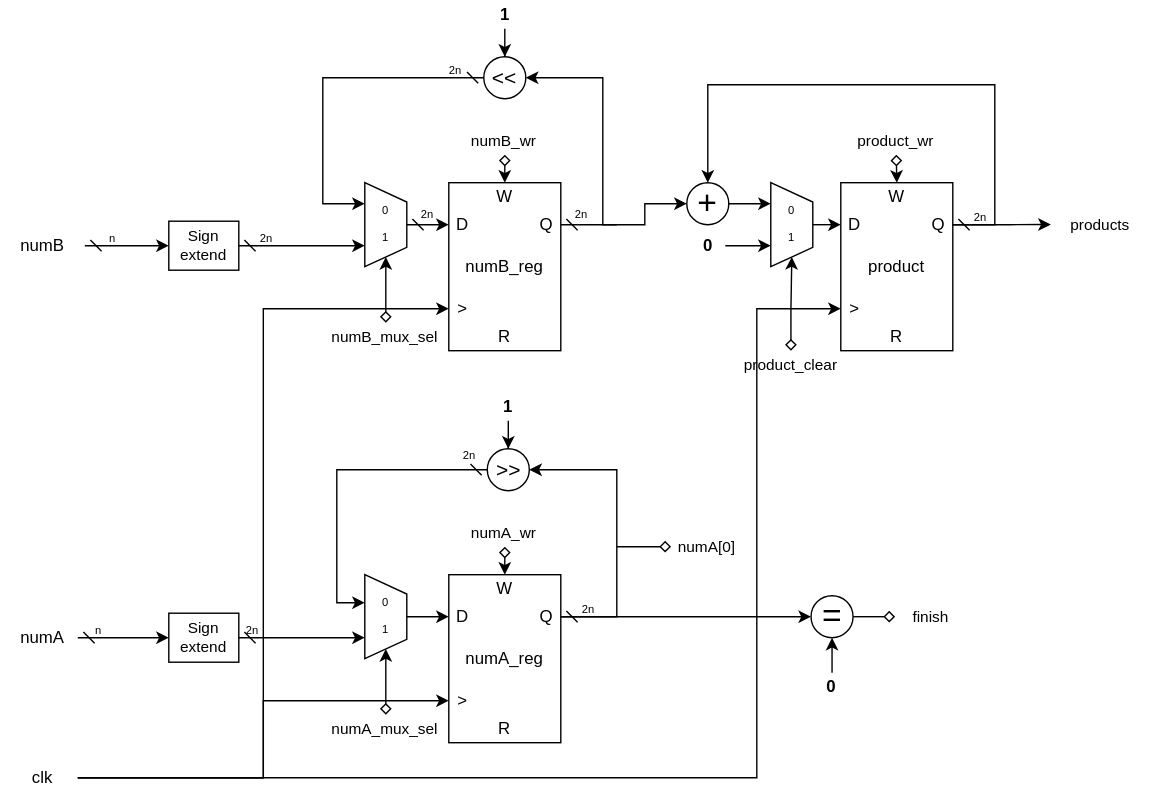
Earlier version of the draw.io export Tayyab/SequentialSignedMultiplier/docs/images/datapath.drawio.svg (medsuet/Xcelerium-IC-Design-Training). Source tidied: cells renumbered, new cells last; positions are measured from the earlier drawing's top-left corner, leaving out a move shared by most shapes.
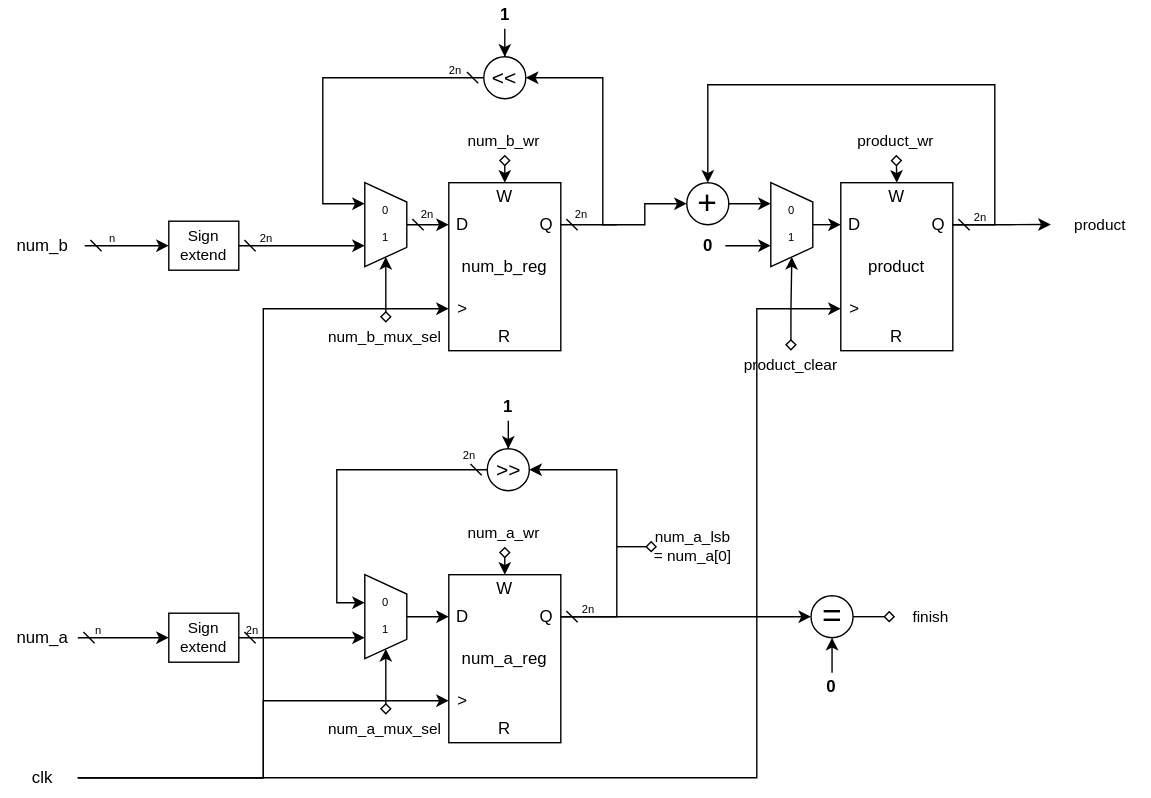
After the commit.

The edit, as a diff of the source:
```diff
@@ -5,7 +5,7 @@
     <mxCell id="2" style="group;" parent="1" vertex="1">
       <mxGeometry x="320" y="130" width="80" height="120" as="geometry" />
     </mxCell>
-    <mxCell id="3" value="numB_reg" style="rounded=0;whiteSpace=wrap;html=1;" parent="2" vertex="1">
+    <mxCell id="3" value="num_b_reg" style="rounded=0;whiteSpace=wrap;html=1;" parent="2" vertex="1">
       <mxGeometry width="80" height="120" as="geometry" />
     </mxCell>
     <mxCell id="4" value="D" style="text;html=1;align=center;verticalAlign=middle;whiteSpace=wrap;rounded=0;" parent="2" vertex="1">
@@ -26,13 +26,13 @@
     <mxCell id="9" style="edgeStyle=orthogonalEdgeStyle;rounded=0;jettySize=auto;html=1;exitX=1;exitY=0.5;exitDx=0;exitDy=0;entryX=0;entryY=0.5;entryDx=0;entryDy=0;startArrow=dash;startFill=0;" parent="1" edge="1" source="10" target="79">
       <mxGeometry relative="1" as="geometry" />
     </mxCell>
-    <mxCell id="10" value="numA" style="text;html=1;align=center;verticalAlign=middle;whiteSpace=wrap;rounded=0;" parent="1" vertex="1">
+    <mxCell id="10" value="num_a" style="text;html=1;align=center;verticalAlign=middle;whiteSpace=wrap;rounded=0;" parent="1" vertex="1">
       <mxGeometry x="5" y="440" width="50" height="30" as="geometry" />
     </mxCell>
     <mxCell id="11" style="edgeStyle=orthogonalEdgeStyle;rounded=0;jettySize=auto;html=1;startArrow=dash;startFill=0;" parent="1" edge="1" source="12" target="76">
       <mxGeometry relative="1" as="geometry" />
     </mxCell>
-    <mxCell id="12" value="numB" style="text;html=1;align=center;verticalAlign=middle;whiteSpace=wrap;rounded=0;" parent="1" vertex="1">
+    <mxCell id="12" value="num_b" style="text;html=1;align=center;verticalAlign=middle;whiteSpace=wrap;rounded=0;" parent="1" vertex="1">
       <mxGeometry y="160" width="60" height="30" as="geometry" />
     </mxCell>
     <mxCell id="13" style="group;" parent="1" vertex="1">
@@ -121,7 +121,7 @@
     <mxCell id="31" style="edgeStyle=orthogonalEdgeStyle;rounded=0;jettySize=auto;html=1;exitX=0.5;exitY=1;exitDx=0;exitDy=0;entryX=0.5;entryY=0;entryDx=0;entryDy=0;startArrow=diamond;startFill=0;" parent="1" edge="1" source="32" target="8">
       <mxGeometry relative="1" as="geometry" />
     </mxCell>
-    <mxCell id="32" value="numB_wr" style="text;html=1;align=center;verticalAlign=middle;whiteSpace=wrap;rounded=0;fontSize=11;" parent="1" vertex="1">
+    <mxCell id="32" value="num_b_wr" style="text;html=1;align=center;verticalAlign=middle;whiteSpace=wrap;rounded=0;fontSize=11;" parent="1" vertex="1">
       <mxGeometry x="324.4" y="90" width="71.2" height="20" as="geometry" />
     </mxCell>
     <mxCell id="33" style="edgeStyle=orthogonalEdgeStyle;rounded=0;jettySize=auto;html=1;exitX=0.5;exitY=1;exitDx=0;exitDy=0;entryX=0.5;entryY=0;entryDx=0;entryDy=0;startArrow=diamond;startFill=0;" parent="1" edge="1" source="34" target="20">
@@ -133,7 +133,7 @@
     <mxCell id="35" style="group;" parent="1" vertex="1">
       <mxGeometry x="320" y="410" width="80" height="120" as="geometry" />
     </mxCell>
-    <mxCell id="36" value="numA_reg" style="rounded=0;whiteSpace=wrap;html=1;" parent="35" vertex="1">
+    <mxCell id="36" value="num_a_reg" style="rounded=0;whiteSpace=wrap;html=1;" parent="35" vertex="1">
       <mxGeometry width="80" height="120" as="geometry" />
     </mxCell>
     <mxCell id="37" value="D" style="text;html=1;align=center;verticalAlign=middle;whiteSpace=wrap;rounded=0;" parent="35" vertex="1">
@@ -172,7 +172,7 @@
     <mxCell id="48" style="edgeStyle=orthogonalEdgeStyle;rounded=0;jettySize=auto;html=1;exitX=0.5;exitY=1;exitDx=0;exitDy=0;entryX=0.5;entryY=0;entryDx=0;entryDy=0;startArrow=diamond;startFill=0;" parent="1" edge="1" source="49" target="41">
       <mxGeometry relative="1" as="geometry" />
     </mxCell>
-    <mxCell id="49" value="&lt;div style=&quot;direction: rtl;&quot;&gt;&lt;span style=&quot;background-color: initial;&quot;&gt;numA_wr&lt;/span&gt;&lt;/div&gt;" style="text;html=1;align=center;verticalAlign=middle;whiteSpace=wrap;rounded=0;fontSize=11;" parent="1" vertex="1">
+    <mxCell id="49" value="&lt;div style=&quot;direction: rtl;&quot;&gt;&lt;span style=&quot;background-color: initial;&quot;&gt;num_a_wr&lt;/span&gt;&lt;/div&gt;" style="text;html=1;align=center;verticalAlign=middle;whiteSpace=wrap;rounded=0;fontSize=11;" parent="1" vertex="1">
       <mxGeometry x="324.4" y="370" width="71.2" height="20" as="geometry" />
     </mxCell>
     <mxCell id="50" style="edgeStyle=orthogonalEdgeStyle;rounded=0;jettySize=auto;html=1;exitX=0;exitY=0.5;exitDx=0;exitDy=0;endArrow=none;endFill=0;startArrow=diamond;startFill=0;" parent="1" edge="1" source="51">
@@ -180,8 +180,8 @@
         <mxPoint x="440" y="390.1" as="targetPoint" />
       </mxGeometry>
     </mxCell>
-    <mxCell id="51" value="&lt;div style=&quot;direction: rtl;&quot;&gt;&lt;span style=&quot;background-color: initial;&quot;&gt;numA[0]&lt;/span&gt;&lt;/div&gt;" style="text;html=1;align=center;verticalAlign=middle;whiteSpace=wrap;rounded=0;fontSize=11;" parent="1" vertex="1">
-      <mxGeometry x="478.8" y="380" width="51.2" height="20" as="geometry" />
+    <mxCell id="51" value="&lt;div style=&quot;direction: ltr;&quot;&gt;&lt;span style=&quot;background-color: initial;&quot;&gt;num_a_lsb =&amp;nbsp;&lt;/span&gt;&lt;span style=&quot;background-color: initial;&quot;&gt;num_a[0]&lt;/span&gt;&lt;/div&gt;" style="text;html=1;align=center;verticalAlign=middle;whiteSpace=wrap;rounded=0;fontSize=11;" parent="1" vertex="1">
+      <mxGeometry x="468.8" y="370" width="51.2" height="40" as="geometry" />
     </mxCell>
     <mxCell id="52" style="edgeStyle=orthogonalEdgeStyle;rounded=0;jettySize=auto;html=1;exitX=0.5;exitY=0.12;exitDx=0;exitDy=0;exitPerimeter=0;entryX=0;entryY=0.5;entryDx=0;entryDy=0;" parent="1" edge="1" source="53" target="15">
       <mxGeometry relative="1" as="geometry" />
@@ -230,7 +230,7 @@
     <mxCell id="63" value="clk" style="text;html=1;align=center;verticalAlign=middle;whiteSpace=wrap;rounded=0;" parent="1" vertex="1">
       <mxGeometry x="5" y="540" width="50" height="30" as="geometry" />
     </mxCell>
-    <mxCell id="64" value="products" style="text;html=1;align=center;verticalAlign=middle;whiteSpace=wrap;rounded=0;fontSize=11;" parent="1" vertex="1">
+    <mxCell id="64" value="product" style="text;html=1;align=center;verticalAlign=middle;whiteSpace=wrap;rounded=0;fontSize=11;" parent="1" vertex="1">
       <mxGeometry x="750" y="150" width="71.2" height="20" as="geometry" />
     </mxCell>
     <mxCell id="65" value="&lt;font style=&quot;font-size: 8px;&quot;&gt;2n&lt;/font&gt;" style="text;html=1;align=center;verticalAlign=middle;whiteSpace=wrap;rounded=0;fontSize=8;" parent="1" vertex="1">
@@ -239,13 +239,13 @@
     <mxCell id="66" style="edgeStyle=orthogonalEdgeStyle;rounded=0;jettySize=auto;html=1;exitX=0.5;exitY=0;exitDx=0;exitDy=0;startArrow=diamond;startFill=0;" parent="1" edge="1" source="67" target="22">
       <mxGeometry relative="1" as="geometry" />
     </mxCell>
-    <mxCell id="67" value="numB_mux_sel" style="text;html=1;align=center;verticalAlign=middle;whiteSpace=wrap;rounded=0;fontSize=11;" parent="1" vertex="1">
+    <mxCell id="67" value="num_b_mux_sel" style="text;html=1;align=center;verticalAlign=middle;whiteSpace=wrap;rounded=0;fontSize=11;" parent="1" vertex="1">
       <mxGeometry x="239.4" y="230" width="71.2" height="20" as="geometry" />
     </mxCell>
     <mxCell id="68" style="edgeStyle=orthogonalEdgeStyle;rounded=0;jettySize=auto;html=1;exitX=0.5;exitY=0;exitDx=0;exitDy=0;startArrow=diamond;startFill=0;" parent="1" edge="1" source="69" target="43">
       <mxGeometry relative="1" as="geometry" />
     </mxCell>
-    <mxCell id="69" value="numA_mux_sel" style="text;html=1;align=center;verticalAlign=middle;whiteSpace=wrap;rounded=0;fontSize=11;" parent="1" vertex="1">
+    <mxCell id="69" value="num_a_mux_sel" style="text;html=1;align=center;verticalAlign=middle;whiteSpace=wrap;rounded=0;fontSize=11;" parent="1" vertex="1">
       <mxGeometry x="239.4" y="510" width="71.2" height="20" as="geometry" />
     </mxCell>
     <mxCell id="70" style="edgeStyle=orthogonalEdgeStyle;rounded=0;jettySize=auto;html=1;exitX=1;exitY=0.5;exitDx=0;exitDy=0;endArrow=diamond;endFill=0;" parent="1" edge="1" source="71">
```
